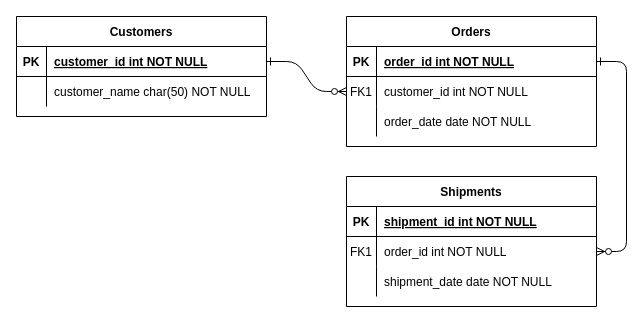
Above: Diagrama sin título.drawio in yakohamablendy/Clase-Electiva1 (draw.io), before the change. Source tidied: cells renumbered, new cells numbered last; positions are measured from the earlier drawing's top-left corner, leaving out a move shared by most shapes. Both pictures are drawn from the tidied source at 100%, with x=0, y=0 at pixel (16, 16).
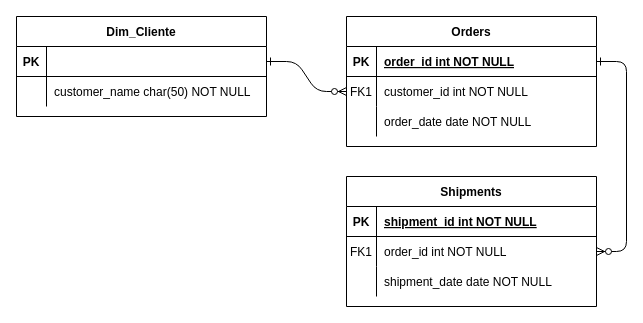
The same diagram, later.

The change refers to these unchanged cells:
```xml
<mxCell id="25" style="shape=partialRectangle;fillColor=none;points=[[0,0.5],[1,0.5]];portConstraint=eastwest;top=0;left=0;right=0;bottom=1;" parent="24" vertex="1">
  <mxGeometry y="30" width="250" height="30" as="geometry" />
</mxCell>
```

What changed in the source:
```diff
@@
-    <mxCell id="24" value="Customers" style="shape=table;startSize=30;childLayout=tableLayout;rowLines=0;fontStyle=1;align=center;" parent="1" vertex="1">
+    <mxCell id="24" value=" Dim_Cliente " style="shape=table;startSize=30;childLayout=tableLayout;rowLines=0;fontStyle=1;align=center;" parent="1" vertex="1">
       <mxGeometry width="250" height="100" as="geometry" />
     </mxCell>
@@
-    <mxCell id="27" value="customer_id int NOT NULL " style="shape=partialRectangle;overflow=hidden;fillColor=none;top=0;left=0;bottom=0;right=0;align=left;spacingLeft=6;fontStyle=5;" parent="25" vertex="1">
+    <mxCell id="27" value="&#10;" style="shape=partialRectangle;overflow=hidden;fillColor=none;top=0;left=0;bottom=0;right=0;align=left;spacingLeft=6;fontStyle=5;" parent="25" vertex="1">
       <mxGeometry x="30" width="220" height="30" as="geometry" />
     </mxCell>
```
